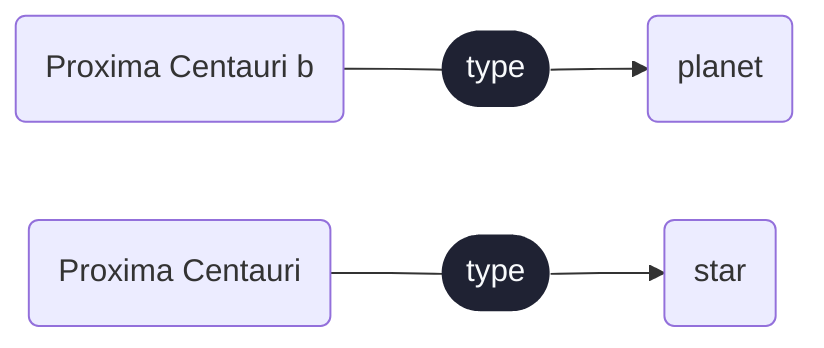
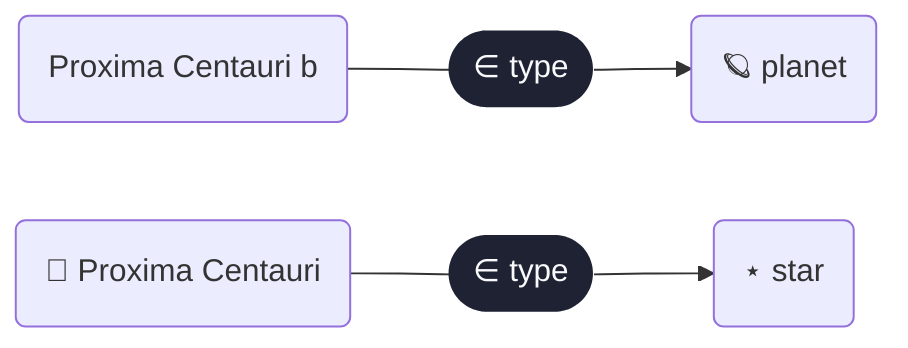
graph LR
  http___dbpedia_org_resource_Proxima_Centauri_b("Proxima Centauri b")
  click http___dbpedia_org_resource_Proxima_Centauri_b "http://dbpedia.org/resource/Proxima_Centauri_b"
-   http___dbpedia_org_ontology_Planet("planet")
+   http___dbpedia_org_ontology_Planet("🪐 planet")
  click http___dbpedia_org_ontology_Planet "http://dbpedia.org/ontology/Planet"
-   http___dbpedia_org_resource_Proxima_Centauri("Proxima Centauri")
+   http___dbpedia_org_resource_Proxima_Centauri("🔴 Proxima Centauri")
  click http___dbpedia_org_resource_Proxima_Centauri "http://dbpedia.org/resource/Proxima_Centauri"
-   http___dbpedia_org_ontology_Star("star")
+   http___dbpedia_org_ontology_Star("⋆ star")
  click http___dbpedia_org_ontology_Star "http://dbpedia.org/ontology/Star"
-   http___dbpedia_org_resource_Proxima_Centauri_b --- Edge_540e00cae247(["type"])--> http___dbpedia_org_ontology_Planet
+   http___dbpedia_org_resource_Proxima_Centauri_b --- Edge_540e00cae247(["∈ type"])--> http___dbpedia_org_ontology_Planet
  click Edge_540e00cae247 "http://www.w3.org/1999/02/22-rdf-syntax-ns#type"
-   http___dbpedia_org_resource_Proxima_Centauri --- Edge_79508a7869da(["type"])--> http___dbpedia_org_ontology_Star
+   http___dbpedia_org_resource_Proxima_Centauri --- Edge_79508a7869da(["∈ type"])--> http___dbpedia_org_ontology_Star
  click Edge_79508a7869da "http://www.w3.org/1999/02/22-rdf-syntax-ns#type"
  classDef predicate fill:#1f2233,stroke:transparent,color:#f8fafc,stroke-width:0px;
  classDef hidden fill:transparent,stroke:transparent,color:transparent,stroke-width:0px;
  classDef nanopubdot fill:#0f172a,stroke:#0f172a,color:transparent,stroke-width:2px;
  classDef transparent fill:transparent,stroke:transparent,color:transparent,stroke-width:0px;
  class Edge_540e00cae247,Edge_79508a7869da predicate
